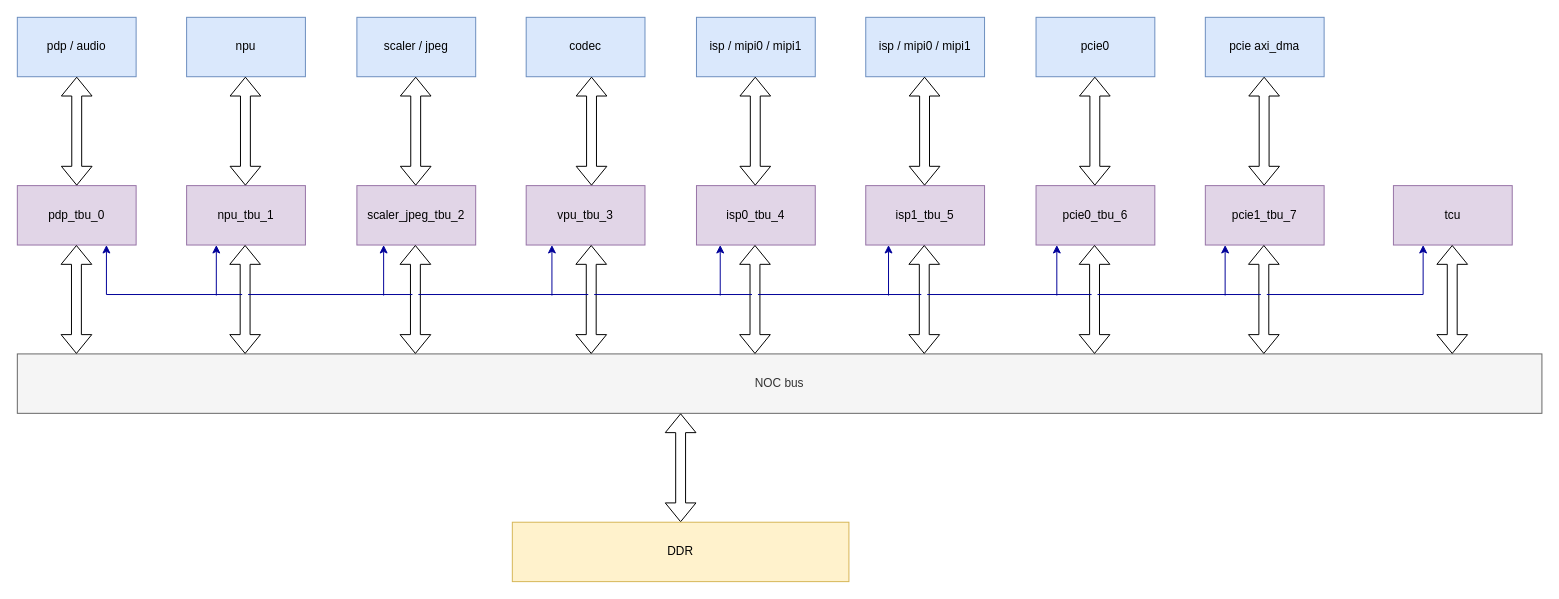
The draw.io diagram structure/gp2 smmu.drawio in x-cw/smmu, before the edit. Source tidied: cells renumbered, new cells numbered last; positions are measured from the earlier drawing's top-left corner, leaving out a move shared by most shapes. Both pictures are drawn from the tidied source at 99%, with x=0, y=0 at pixel (17, 17).
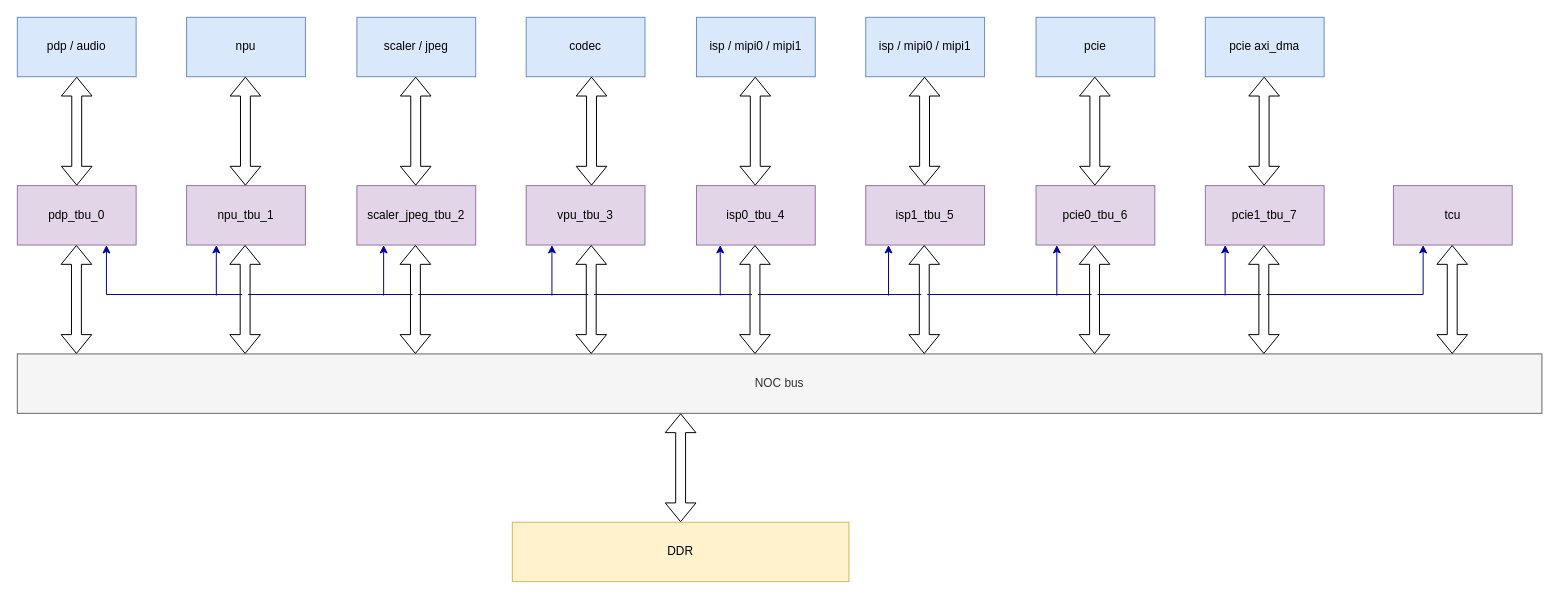
Above is the later version.

Change to the diagram source:
```diff
@@
-    <mxCell id="16" value="pcie0" style="rounded=0;whiteSpace=wrap;html=1;fillColor=#dae8fc;strokeColor=#6c8ebf;" parent="1" vertex="1">
+    <mxCell id="16" value="pcie" style="rounded=0;whiteSpace=wrap;html=1;fillColor=#dae8fc;strokeColor=#6c8ebf;" parent="1" vertex="1">
       <mxGeometry x="1029" width="120" height="60" as="geometry" />
     </mxCell>
```
